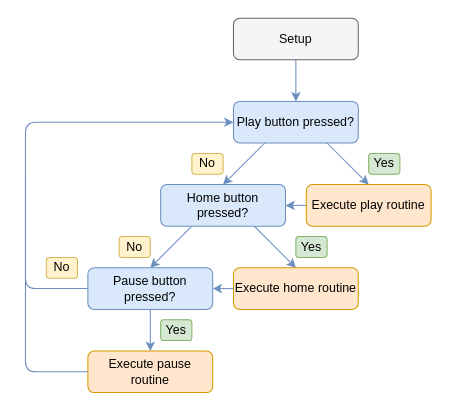
The draw.io diagram Design/Software/SuperLoop.drawio in pdnelson/Automatic-Record-Player, before the edit. Source tidied: cells renumbered, new cells numbered last; positions are measured from the earlier drawing's top-left corner, leaving out a move shared by most shapes. Both pictures are drawn from the tidied source at 104%, with x=0, y=0 at pixel (25, 18).
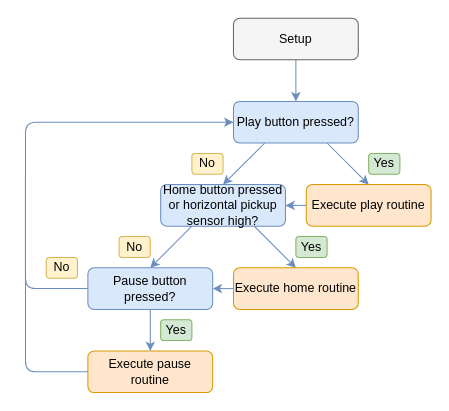
The same diagram, later.

Commit message (it also covers changes not shown here):
accounted for horizontal pickup sensor in super loop

Change to the diagram source:
```diff
@@
-    <mxCell id="6" value="&lt;font color=&quot;#000000&quot;&gt;Home button pressed?&lt;/font&gt;" style="rounded=1;whiteSpace=wrap;html=1;fillColor=#dae8fc;strokeColor=#6c8ebf;" parent="1" vertex="1">
+    <mxCell id="6" value="&lt;font color=&quot;#000000&quot;&gt;Home button pressed or horizontal pickup sensor high?&lt;/font&gt;" style="rounded=1;whiteSpace=wrap;html=1;fillColor=#dae8fc;strokeColor=#6c8ebf;" parent="1" vertex="1">
       <mxGeometry x="130" y="160" width="120" height="40" as="geometry" />
     </mxCell>
```
